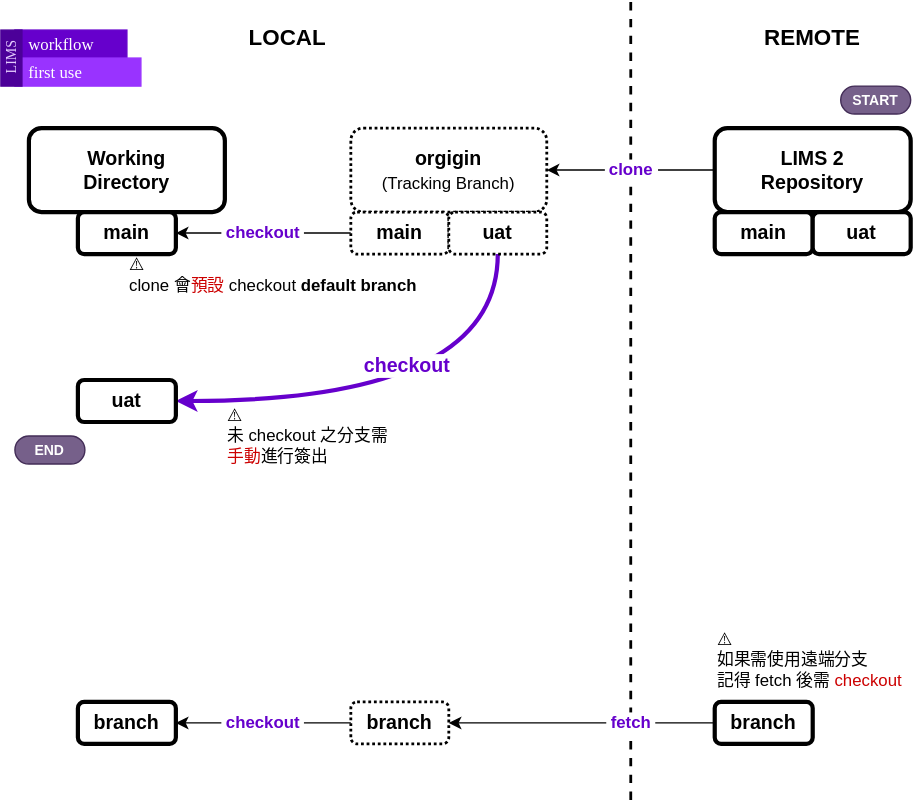
Earlier version of the draw.io export asset/lims-first-use.svg (dpi627/SGS.OAD.GitTraining). Source tidied: cells renumbered, new cells last; positions are measured from the earlier drawing's top-left corner, leaving out a move shared by most shapes. Its diagram source:
```xml
<mxGraphModel>
  <root>
    <mxCell id="0" />
    <mxCell id="1" parent="0" />
    <mxCell id="2" style="endArrow=none;dashed=1;html=1;strokeWidth=2;rounded=0;" parent="1" edge="1">
      <mxGeometry relative="1" as="geometry">
        <mxPoint x="450" y="570" as="sourcePoint" />
        <mxPoint x="450" as="targetPoint" />
      </mxGeometry>
    </mxCell>
    <mxCell id="3" value="&amp;nbsp;clone&amp;nbsp;" style="edgeStyle=orthogonalEdgeStyle;rounded=0;jettySize=auto;html=1;exitX=0;exitY=0.5;exitDx=0;exitDy=0;fontSize=12;fontStyle=1;entryX=1;entryY=0.5;entryDx=0;entryDy=0;fontColor=#6600CC;" parent="1" edge="1" source="4" target="7">
      <mxGeometry relative="1" as="geometry" />
    </mxCell>
    <mxCell id="4" value="LIMS 2&lt;div style=&quot;font-size: 14px;&quot;&gt;&lt;span style=&quot;background-color: initial; font-size: 14px;&quot;&gt;Repository&lt;/span&gt;&lt;/div&gt;" style="rounded=1;whiteSpace=wrap;html=1;strokeWidth=3;fontSize=14;fontStyle=1;" parent="1" vertex="1">
      <mxGeometry x="510" y="90" width="140" height="60" as="geometry" />
    </mxCell>
    <mxCell id="5" value="main" style="rounded=1;whiteSpace=wrap;html=1;strokeWidth=3;fontSize=14;fontStyle=1;" parent="1" vertex="1">
      <mxGeometry x="510" y="150" width="70" height="30" as="geometry" />
    </mxCell>
    <mxCell id="6" value="uat" style="rounded=1;whiteSpace=wrap;html=1;strokeWidth=3;fontSize=14;fontStyle=1;" parent="1" vertex="1">
      <mxGeometry x="580" y="150" width="70" height="30" as="geometry" />
    </mxCell>
    <mxCell id="7" value="&lt;div&gt;&lt;span style=&quot;background-color: initial; color: rgb(0, 0, 0); --darkreader-inline-bgcolor: initial; --darkreader-inline-color: #fffdfa;&quot;&gt;orgigin&lt;/span&gt;&lt;br&gt;&lt;/div&gt;&lt;div&gt;&lt;span style=&quot;background-color: initial; color: rgb(0, 0, 0); --darkreader-inline-bgcolor: initial; --darkreader-inline-color: #fffdfa; font-weight: normal;&quot;&gt;&lt;font style=&quot;font-size: 12px;&quot;&gt;(Tracking Branch)&lt;/font&gt;&lt;/span&gt;&lt;/div&gt;" style="rounded=1;whiteSpace=wrap;html=1;strokeWidth=2;fontSize=14;fontStyle=1;dashed=1;dashPattern=1 1;" parent="1" vertex="1">
      <mxGeometry x="250" y="90" width="140" height="60" as="geometry" />
    </mxCell>
    <mxCell id="8" value="&lt;span style=&quot;color: rgb(102, 0, 204); font-size: 12px; font-weight: 700;&quot;&gt;&amp;nbsp;checkout&amp;nbsp;&lt;/span&gt;" style="edgeStyle=orthogonalEdgeStyle;rounded=0;jettySize=auto;html=1;exitX=0;exitY=0.5;exitDx=0;exitDy=0;entryX=1;entryY=0.5;entryDx=0;entryDy=0;" parent="1" edge="1" source="9" target="19">
      <mxGeometry relative="1" as="geometry" />
    </mxCell>
    <mxCell id="9" value="main" style="rounded=1;whiteSpace=wrap;html=1;strokeWidth=2;fontSize=14;fontStyle=1;dashed=1;dashPattern=1 1;" parent="1" vertex="1">
      <mxGeometry x="250" y="150" width="70" height="30" as="geometry" />
    </mxCell>
    <mxCell id="10" value="&lt;font style=&quot;font-size: 14px;&quot; color=&quot;#6600cc&quot;&gt;checkout&lt;/font&gt;" style="edgeStyle=orthogonalEdgeStyle;rounded=0;jettySize=auto;html=1;exitX=0.5;exitY=1;exitDx=0;exitDy=0;entryX=1;entryY=0.5;entryDx=0;entryDy=0;curved=1;fontSize=14;fontStyle=1;strokeColor=#6600CC;strokeWidth=3;" parent="1" edge="1" source="11" target="18">
      <mxGeometry x="0.01" y="-25" relative="1" as="geometry" />
    </mxCell>
    <mxCell id="11" value="uat" style="rounded=1;whiteSpace=wrap;html=1;strokeWidth=2;fontSize=14;fontStyle=1;dashed=1;dashPattern=1 1;" parent="1" vertex="1">
      <mxGeometry x="320" y="150" width="70" height="30" as="geometry" />
    </mxCell>
    <mxCell id="12" value="Working&lt;div&gt;Directory&lt;/div&gt;" style="rounded=1;whiteSpace=wrap;html=1;strokeWidth=3;fontSize=14;fontStyle=1;" parent="1" vertex="1">
      <mxGeometry x="20" y="90" width="140" height="60" as="geometry" />
    </mxCell>
    <mxCell id="13" value="⚠️&lt;br&gt;未&amp;nbsp;checkout 之分支需&lt;font color=&quot;#cc0000&quot;&gt;手動&lt;/font&gt;進行簽出" style="text;html=1;align=left;verticalAlign=middle;whiteSpace=wrap;rounded=0;" parent="1" vertex="1">
      <mxGeometry x="160" y="290" width="120" height="40" as="geometry" />
    </mxCell>
    <mxCell id="14" value="START" style="rounded=1;whiteSpace=wrap;html=1;arcSize=50;fontSize=10;fillColor=#76608a;fontColor=#ffffff;strokeColor=#432D57;fontStyle=1;" parent="1" vertex="1">
      <mxGeometry x="600" y="60" width="50" height="20" as="geometry" />
    </mxCell>
    <mxCell id="15" value="END" style="rounded=1;whiteSpace=wrap;html=1;arcSize=50;fontSize=10;fillColor=#76608a;fontColor=#ffffff;strokeColor=#432D57;fontStyle=1;" parent="1" vertex="1">
      <mxGeometry x="10" y="310" width="50" height="20" as="geometry" />
    </mxCell>
    <mxCell id="16" value="LOCAL" style="text;html=1;align=center;verticalAlign=middle;whiteSpace=wrap;rounded=0;fontStyle=1;fontSize=16;" parent="1" vertex="1">
      <mxGeometry x="160" y="10" width="90" height="30" as="geometry" />
    </mxCell>
    <mxCell id="17" value="REMOTE" style="text;html=1;align=center;verticalAlign=middle;whiteSpace=wrap;rounded=0;fontStyle=1;fontSize=16;" parent="1" vertex="1">
      <mxGeometry x="535" y="10" width="90" height="30" as="geometry" />
    </mxCell>
    <mxCell id="18" value="uat" style="rounded=1;whiteSpace=wrap;html=1;strokeWidth=3;fontSize=14;fontStyle=1;" parent="1" vertex="1">
      <mxGeometry x="55" y="270" width="70" height="30" as="geometry" />
    </mxCell>
    <mxCell id="19" value="main" style="rounded=1;whiteSpace=wrap;html=1;strokeWidth=3;fontSize=14;fontStyle=1;" parent="1" vertex="1">
      <mxGeometry x="55" y="150" width="70" height="30" as="geometry" />
    </mxCell>
    <mxCell id="20" style="group;" parent="1" vertex="1">
      <mxGeometry y="20" width="170" height="40" as="geometry" />
    </mxCell>
    <mxCell id="21" value="workflow" style="rounded=1;whiteSpace=wrap;html=1;fontFamily=Lucida Console;spacingTop=2;align=left;verticalAlign=middle;spacingLeft=10;spacing=0;arcSize=0;fontSize=12;fontColor=#ffffff;fillColor=#6600CC;strokeColor=#6600CC;" parent="20" vertex="1">
      <mxGeometry x="10" width="80" height="20" as="geometry" />
    </mxCell>
    <mxCell id="22" value="first use" style="rounded=1;whiteSpace=wrap;html=1;fontFamily=Lucida Console;spacingTop=2;align=left;verticalAlign=middle;spacingLeft=10;spacing=0;arcSize=0;fontSize=12;fontColor=#ffffff;fillColor=#9933FF;strokeColor=#9933FF;" parent="20" vertex="1">
      <mxGeometry x="10" y="20" width="90" height="20" as="geometry" />
    </mxCell>
    <mxCell id="23" value="LIMS" style="rounded=0;whiteSpace=wrap;html=1;fillColor=#4C0099;strokeColor=#4C0099;horizontal=0;fontColor=#E5CCFF;fontSize=10;fontFamily=Lucida Console;spacing=0;" parent="20" vertex="1">
      <mxGeometry width="15" height="40" as="geometry" />
    </mxCell>
    <mxCell id="24" value="⚠️&lt;br&gt;clone 會&lt;font color=&quot;#cc0000&quot;&gt;預設&lt;/font&gt;&amp;nbsp;checkout&amp;nbsp;&lt;b&gt;default branch&lt;/b&gt;" style="text;html=1;align=left;verticalAlign=middle;whiteSpace=wrap;rounded=0;" parent="1" vertex="1">
      <mxGeometry x="90" y="180" width="210" height="30" as="geometry" />
    </mxCell>
    <mxCell id="25" value="branch" style="rounded=1;whiteSpace=wrap;html=1;strokeWidth=3;fontSize=14;fontStyle=1;" parent="1" vertex="1">
      <mxGeometry x="510" y="500" width="70" height="30" as="geometry" />
    </mxCell>
    <mxCell id="26" value="branch" style="rounded=1;whiteSpace=wrap;html=1;strokeWidth=2;fontSize=14;fontStyle=1;dashed=1;dashPattern=1 1;" parent="1" vertex="1">
      <mxGeometry x="250" y="500" width="70" height="30" as="geometry" />
    </mxCell>
    <mxCell id="27" value="branch" style="rounded=1;whiteSpace=wrap;html=1;strokeWidth=3;fontSize=14;fontStyle=1;" parent="1" vertex="1">
      <mxGeometry x="55" y="500" width="70" height="30" as="geometry" />
    </mxCell>
    <mxCell id="28" value="&lt;span style=&quot;color: rgb(102, 0, 204); font-size: 12px; font-weight: 700;&quot;&gt;&amp;nbsp;checkout&amp;nbsp;&lt;/span&gt;" style="edgeStyle=orthogonalEdgeStyle;rounded=0;jettySize=auto;html=1;exitX=0;exitY=0.5;exitDx=0;exitDy=0;entryX=1;entryY=0.5;entryDx=0;entryDy=0;" parent="1" edge="1" source="26" target="27">
      <mxGeometry relative="1" as="geometry" />
    </mxCell>
    <mxCell id="29" value="&amp;nbsp;fetch&amp;nbsp;" style="edgeStyle=orthogonalEdgeStyle;rounded=0;jettySize=auto;html=1;exitX=0;exitY=0.5;exitDx=0;exitDy=0;entryX=1;entryY=0.5;entryDx=0;entryDy=0;strokeColor=default;align=center;verticalAlign=middle;fontFamily=Helvetica;fontSize=12;fontColor=#6600CC;labelBackgroundColor=default;endArrow=classic;fontStyle=1;" parent="1" edge="1" source="25" target="26">
      <mxGeometry x="-0.37" relative="1" as="geometry" />
    </mxCell>
    <mxCell id="30" value="⚠️&lt;div&gt;如果需使用遠端分支&lt;/div&gt;&lt;div&gt;記得 fetch 後需 &lt;font color=&quot;#cc0000&quot;&gt;checkout&lt;/font&gt;&lt;/div&gt;" style="text;html=1;align=left;verticalAlign=middle;whiteSpace=wrap;rounded=0;" parent="1" vertex="1">
      <mxGeometry x="510" y="450" width="140" height="40" as="geometry" />
    </mxCell>
  </root>
</mxGraphModel>
```
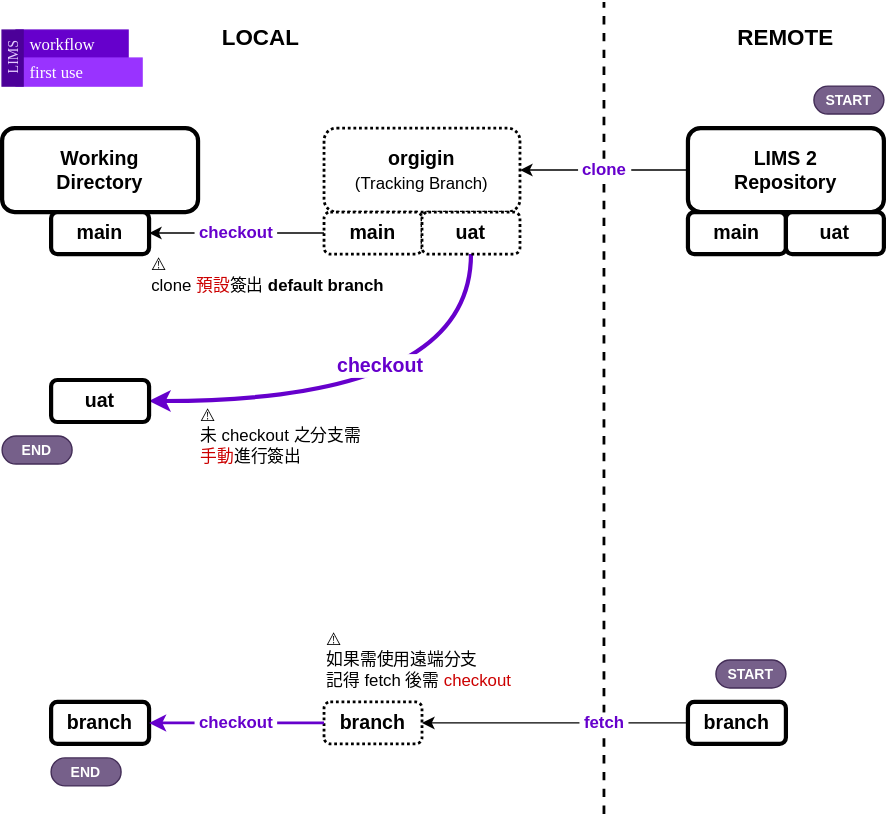
The same file after the commit.

Change to the diagram source:
```diff
@@ -4,7 +4,7 @@
     <mxCell id="1" parent="0" />
     <mxCell id="2" style="endArrow=none;dashed=1;html=1;strokeWidth=2;rounded=0;" parent="1" edge="1">
       <mxGeometry relative="1" as="geometry">
-        <mxPoint x="450" y="570" as="sourcePoint" />
+        <mxPoint x="450" y="580" as="sourcePoint" />
         <mxPoint x="450" as="targetPoint" />
       </mxGeometry>
     </mxCell>
@@ -45,7 +45,7 @@
       <mxGeometry x="600" y="60" width="50" height="20" as="geometry" />
     </mxCell>
     <mxCell id="15" value="END" style="rounded=1;whiteSpace=wrap;html=1;arcSize=50;fontSize=10;fillColor=#76608a;fontColor=#ffffff;strokeColor=#432D57;fontStyle=1;" parent="1" vertex="1">
-      <mxGeometry x="10" y="310" width="50" height="20" as="geometry" />
+      <mxGeometry x="20" y="310" width="50" height="20" as="geometry" />
     </mxCell>
     <mxCell id="16" value="LOCAL" style="text;html=1;align=center;verticalAlign=middle;whiteSpace=wrap;rounded=0;fontStyle=1;fontSize=16;" parent="1" vertex="1">
       <mxGeometry x="160" y="10" width="90" height="30" as="geometry" />
@@ -60,7 +60,7 @@
       <mxGeometry x="55" y="150" width="70" height="30" as="geometry" />
     </mxCell>
     <mxCell id="20" style="group;" parent="1" vertex="1">
-      <mxGeometry y="20" width="170" height="40" as="geometry" />
+      <mxGeometry x="20" y="20" width="170" height="40" as="geometry" />
     </mxCell>
     <mxCell id="21" value="workflow" style="rounded=1;whiteSpace=wrap;html=1;fontFamily=Lucida Console;spacingTop=2;align=left;verticalAlign=middle;spacingLeft=10;spacing=0;arcSize=0;fontSize=12;fontColor=#ffffff;fillColor=#6600CC;strokeColor=#6600CC;" parent="20" vertex="1">
       <mxGeometry x="10" width="80" height="20" as="geometry" />
@@ -71,8 +71,8 @@
     <mxCell id="23" value="LIMS" style="rounded=0;whiteSpace=wrap;html=1;fillColor=#4C0099;strokeColor=#4C0099;horizontal=0;fontColor=#E5CCFF;fontSize=10;fontFamily=Lucida Console;spacing=0;" parent="20" vertex="1">
       <mxGeometry width="15" height="40" as="geometry" />
     </mxCell>
-    <mxCell id="24" value="⚠️&lt;br&gt;clone 會&lt;font color=&quot;#cc0000&quot;&gt;預設&lt;/font&gt;&amp;nbsp;checkout&amp;nbsp;&lt;b&gt;default branch&lt;/b&gt;" style="text;html=1;align=left;verticalAlign=middle;whiteSpace=wrap;rounded=0;" parent="1" vertex="1">
-      <mxGeometry x="90" y="180" width="210" height="30" as="geometry" />
+    <mxCell id="24" value="⚠️&lt;br&gt;clone &lt;font color=&quot;#cc0000&quot;&gt;預設&lt;/font&gt;簽出&amp;nbsp;&lt;b&gt;default branch&lt;/b&gt;" style="text;html=1;align=left;verticalAlign=middle;whiteSpace=wrap;rounded=0;" parent="1" vertex="1">
+      <mxGeometry x="125" y="180" width="170" height="30" as="geometry" />
     </mxCell>
     <mxCell id="25" value="branch" style="rounded=1;whiteSpace=wrap;html=1;strokeWidth=3;fontSize=14;fontStyle=1;" parent="1" vertex="1">
       <mxGeometry x="510" y="500" width="70" height="30" as="geometry" />
@@ -83,14 +83,20 @@
     <mxCell id="27" value="branch" style="rounded=1;whiteSpace=wrap;html=1;strokeWidth=3;fontSize=14;fontStyle=1;" parent="1" vertex="1">
       <mxGeometry x="55" y="500" width="70" height="30" as="geometry" />
     </mxCell>
-    <mxCell id="28" value="&lt;span style=&quot;color: rgb(102, 0, 204); font-size: 12px; font-weight: 700;&quot;&gt;&amp;nbsp;checkout&amp;nbsp;&lt;/span&gt;" style="edgeStyle=orthogonalEdgeStyle;rounded=0;jettySize=auto;html=1;exitX=0;exitY=0.5;exitDx=0;exitDy=0;entryX=1;entryY=0.5;entryDx=0;entryDy=0;" parent="1" edge="1" source="26" target="27">
+    <mxCell id="28" value="&lt;span style=&quot;color: rgb(102, 0, 204); font-size: 12px; font-weight: 700;&quot;&gt;&amp;nbsp;checkout&amp;nbsp;&lt;/span&gt;" style="edgeStyle=orthogonalEdgeStyle;rounded=0;jettySize=auto;html=1;exitX=0;exitY=0.5;exitDx=0;exitDy=0;entryX=1;entryY=0.5;entryDx=0;entryDy=0;strokeWidth=2;strokeColor=#6600CC;" parent="1" edge="1" source="26" target="27">
       <mxGeometry relative="1" as="geometry" />
     </mxCell>
     <mxCell id="29" value="&amp;nbsp;fetch&amp;nbsp;" style="edgeStyle=orthogonalEdgeStyle;rounded=0;jettySize=auto;html=1;exitX=0;exitY=0.5;exitDx=0;exitDy=0;entryX=1;entryY=0.5;entryDx=0;entryDy=0;strokeColor=default;align=center;verticalAlign=middle;fontFamily=Helvetica;fontSize=12;fontColor=#6600CC;labelBackgroundColor=default;endArrow=classic;fontStyle=1;" parent="1" edge="1" source="25" target="26">
       <mxGeometry x="-0.37" relative="1" as="geometry" />
     </mxCell>
     <mxCell id="30" value="⚠️&lt;div&gt;如果需使用遠端分支&lt;/div&gt;&lt;div&gt;記得 fetch 後需 &lt;font color=&quot;#cc0000&quot;&gt;checkout&lt;/font&gt;&lt;/div&gt;" style="text;html=1;align=left;verticalAlign=middle;whiteSpace=wrap;rounded=0;" parent="1" vertex="1">
-      <mxGeometry x="510" y="450" width="140" height="40" as="geometry" />
+      <mxGeometry x="250" y="450" width="140" height="40" as="geometry" />
     </mxCell>
+    <mxCell id="31" value="START" style="rounded=1;whiteSpace=wrap;html=1;arcSize=50;fontSize=10;fillColor=#76608a;fontColor=#ffffff;strokeColor=#432D57;fontStyle=1;" parent="1" vertex="1">
+      <mxGeometry x="530" y="470" width="50" height="20" as="geometry" />
+    </mxCell>
+    <mxCell id="32" value="END" style="rounded=1;whiteSpace=wrap;html=1;arcSize=50;fontSize=10;fillColor=#76608a;fontColor=#ffffff;strokeColor=#432D57;fontStyle=1;" parent="1" vertex="1">
+      <mxGeometry x="55" y="540" width="50" height="20" as="geometry" />
+    </mxCell>
   </root>
 </mxGraphModel>
```
